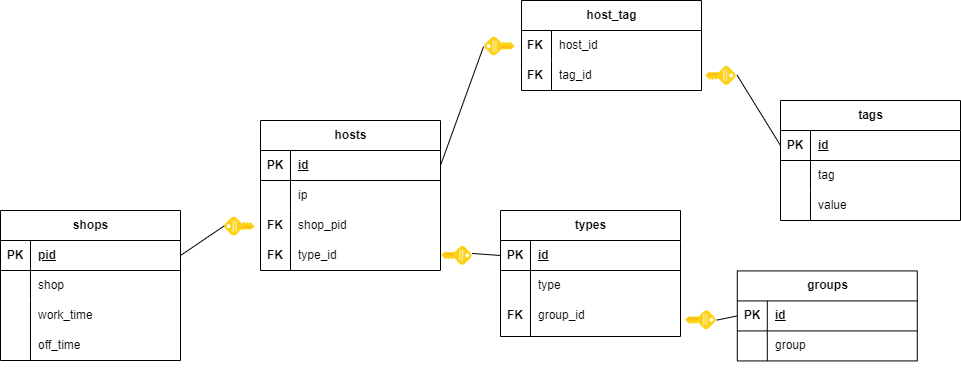
The draw.io diagram db_schema.png in DorofD/zabbix_actualization_service, before a commit. Source tidied: cells renumbered, new cells last; positions are measured from the earlier drawing's top-left corner, leaving out a move shared by most shapes.
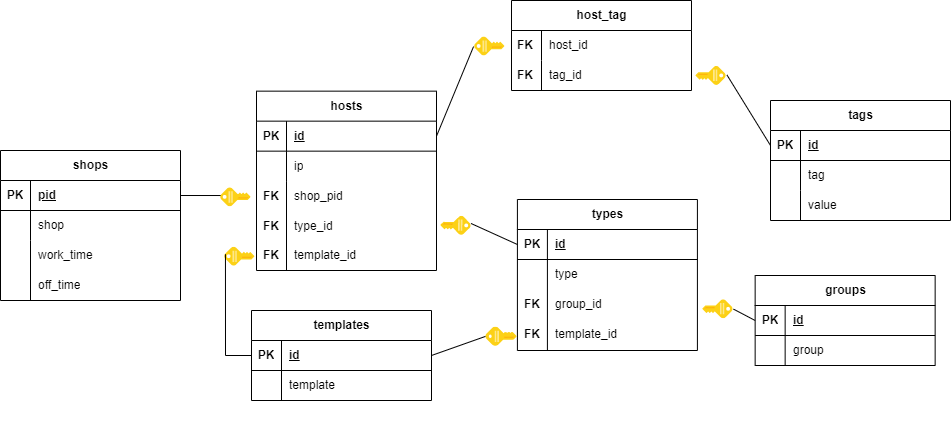
After the commit.

What changed in the source:
```diff
@@ -54,7 +54,7 @@
       <mxGeometry x="30" width="150" height="30" as="geometry" />
     </mxCell>
     <mxCell id="19" style="group;" parent="1" vertex="1">
-      <mxGeometry y="210" width="180" height="180" as="geometry" />
+      <mxGeometry x="10" y="150" width="180" height="180" as="geometry" />
     </mxCell>
     <mxCell id="20" value="shops" style="shape=table;startSize=30;rowLines=0;fontStyle=1;align=center;html=1;" parent="19" vertex="1">
       <mxGeometry width="180" height="150" as="geometry" />
@@ -105,13 +105,13 @@
       <mxGeometry relative="1" as="geometry" />
     </mxCell>
     <mxCell id="36" style="group;" parent="1" vertex="1">
-      <mxGeometry x="230" y="120" width="210" height="200" as="geometry" />
+      <mxGeometry x="236" y="90.7" width="210" height="200" as="geometry" />
     </mxCell>
     <mxCell id="37" style="group;" parent="36" vertex="1">
       <mxGeometry x="30" width="180" height="200" as="geometry" />
     </mxCell>
     <mxCell id="38" value="hosts" style="shape=table;startSize=30;rowLines=0;fontStyle=1;align=center;html=1;" parent="37" vertex="1">
-      <mxGeometry width="180" height="150" as="geometry" />
+      <mxGeometry width="180" height="179.4" as="geometry" />
     </mxCell>
     <mxCell id="39" style="shape=tableRow;horizontal=0;startSize=0;swimlaneHead=0;swimlaneBody=0;fillColor=none;points=[[0,0.5],[1,0.5]];portConstraint=eastwest;top=0;left=0;right=0;bottom=1;" parent="38" vertex="1">
       <mxGeometry y="30" width="180" height="30" as="geometry" />
@@ -132,13 +132,13 @@
       <mxGeometry x="30" width="150" height="30" as="geometry" />
     </mxCell>
     <mxCell id="45" style="shape=tableRow;horizontal=0;startSize=0;swimlaneHead=0;swimlaneBody=0;fillColor=none;top=0;left=0;right=0;bottom=0;" parent="38" vertex="1">
-      <mxGeometry y="90" width="180" height="60" as="geometry" />
+      <mxGeometry y="90" width="180" height="89" as="geometry" />
     </mxCell>
     <mxCell id="46" style="shape=partialRectangle;fillColor=none;top=0;left=0;bottom=0;right=0;overflow=hidden;whiteSpace=wrap;html=1;" parent="45" vertex="1">
-      <mxGeometry width="30" height="60" as="geometry" />
+      <mxGeometry width="30" height="89" as="geometry" />
     </mxCell>
     <mxCell id="47" style="shape=partialRectangle;fillColor=none;top=0;left=0;bottom=0;right=0;align=left;spacingLeft=6;overflow=hidden;whiteSpace=wrap;html=1;" parent="45" vertex="1">
-      <mxGeometry x="30" width="150" height="60" as="geometry" />
+      <mxGeometry x="30" width="150" height="89" as="geometry" />
     </mxCell>
     <mxCell id="48" value="shop_pid" style="shape=partialRectangle;fillColor=none;top=0;left=0;bottom=0;right=0;align=left;spacingLeft=6;overflow=hidden;whiteSpace=wrap;html=1;" parent="37" vertex="1">
       <mxGeometry x="30" y="90" width="150" height="30" as="geometry" />
@@ -152,14 +152,23 @@
     <mxCell id="51" value="FK" style="shape=partialRectangle;fillColor=none;top=0;left=0;bottom=0;right=0;fontStyle=1;overflow=hidden;whiteSpace=wrap;html=1;" parent="37" vertex="1">
       <mxGeometry y="120" width="30" height="30" as="geometry" />
     </mxCell>
+    <mxCell id="82" value="template_id" style="shape=partialRectangle;fillColor=none;top=0;left=0;bottom=0;right=0;align=left;spacingLeft=6;overflow=hidden;whiteSpace=wrap;html=1;" parent="37" vertex="1">
+      <mxGeometry x="30" y="149.3" width="150" height="30" as="geometry" />
+    </mxCell>
+    <mxCell id="83" value="FK" style="shape=partialRectangle;fillColor=none;top=0;left=0;bottom=0;right=0;fontStyle=1;overflow=hidden;whiteSpace=wrap;html=1;" parent="37" vertex="1">
+      <mxGeometry y="149.3" width="30" height="30" as="geometry" />
+    </mxCell>
     <mxCell id="52" style="sketch=0;html=1;points=[];align=center;image;fontSize=12;image=img/lib/mscae/Key.svg;rotation=-90;" parent="36" vertex="1">
       <mxGeometry y="90" width="18.9" height="30.4" as="geometry" />
     </mxCell>
+    <mxCell id="84" style="sketch=0;html=1;points=[];align=center;image;fontSize=12;image=img/lib/mscae/Key.svg;rotation=-90;" parent="36" vertex="1">
+      <mxGeometry x="4" y="149.3" width="18.9" height="30.4" as="geometry" />
+    </mxCell>
     <mxCell id="53" style="group;" parent="1" vertex="1">
-      <mxGeometry x="513.1" y="230" width="215.8" height="105" as="geometry" />
+      <mxGeometry x="540" y="219" width="215.8" height="135" as="geometry" />
     </mxCell>
     <mxCell id="54" value="types" style="shape=table;startSize=30;rowLines=0;fontStyle=1;align=center;html=1;" parent="53" vertex="1">
-      <mxGeometry x="-13.1" y="-20" width="180" height="126" as="geometry" />
+      <mxGeometry x="-13.1" y="-20" width="180" height="151" as="geometry" />
     </mxCell>
     <mxCell id="55" style="shape=tableRow;horizontal=0;startSize=0;swimlaneHead=0;swimlaneBody=0;fillColor=none;points=[[0,0.5],[1,0.5]];portConstraint=eastwest;top=0;left=0;right=0;bottom=1;" parent="54" vertex="1">
       <mxGeometry y="30" width="180" height="30" as="geometry" />
@@ -171,13 +180,13 @@
       <mxGeometry x="30" width="150" height="30" as="geometry" />
     </mxCell>
     <mxCell id="58" style="shape=tableRow;horizontal=0;startSize=0;swimlaneHead=0;swimlaneBody=0;fillColor=none;top=0;left=0;right=0;bottom=0;" parent="54" vertex="1">
-      <mxGeometry y="60" width="180" height="66" as="geometry" />
+      <mxGeometry y="60" width="180" height="91" as="geometry" />
     </mxCell>
     <mxCell id="59" style="shape=partialRectangle;fillColor=none;top=0;left=0;bottom=0;right=0;overflow=hidden;whiteSpace=wrap;html=1;" parent="58" vertex="1">
-      <mxGeometry width="30" height="66" as="geometry" />
+      <mxGeometry width="30" height="91" as="geometry" />
     </mxCell>
     <mxCell id="60" style="shape=partialRectangle;fillColor=none;top=0;left=0;bottom=0;right=0;align=left;spacingLeft=6;overflow=hidden;whiteSpace=wrap;html=1;" parent="58" vertex="1">
-      <mxGeometry x="30" width="150" height="66" as="geometry" />
+      <mxGeometry x="30" width="150" height="91" as="geometry" />
     </mxCell>
     <mxCell id="61" style="sketch=0;html=1;points=[];align=center;image;fontSize=12;image=img/lib/mscae/Key.svg;rotation=90;" parent="53" vertex="1">
       <mxGeometry x="176.9" y="74.6" width="18.9" height="30.4" as="geometry" />
@@ -191,8 +200,14 @@
     <mxCell id="64" value="FK" style="shape=partialRectangle;fillColor=none;top=0;left=0;bottom=0;right=0;fontStyle=1;overflow=hidden;whiteSpace=wrap;html=1;" parent="53" vertex="1">
       <mxGeometry x="-13.1" y="70.2" width="30" height="30" as="geometry" />
     </mxCell>
+    <mxCell id="85" value="template_id" style="shape=partialRectangle;fillColor=none;top=0;left=0;bottom=0;right=0;align=left;spacingLeft=6;overflow=hidden;whiteSpace=wrap;html=1;" parent="53" vertex="1">
+      <mxGeometry x="16.9" y="100.2" width="150" height="30" as="geometry" />
+    </mxCell>
+    <mxCell id="86" value="FK" style="shape=partialRectangle;fillColor=none;top=0;left=0;bottom=0;right=0;fontStyle=1;overflow=hidden;whiteSpace=wrap;html=1;" parent="53" vertex="1">
+      <mxGeometry x="-13.1" y="100.2" width="30" height="30" as="geometry" />
+    </mxCell>
     <mxCell id="65" style="group;" parent="1" vertex="1">
-      <mxGeometry x="701" y="270.4" width="215.8" height="90" as="geometry" />
+      <mxGeometry x="728.9" y="275" width="215.8" height="90" as="geometry" />
     </mxCell>
     <mxCell id="66" value="groups" style="shape=table;startSize=30;rowLines=0;fontStyle=1;align=center;html=1;" parent="65" vertex="1">
       <mxGeometry x="35.8" width="180" height="90" as="geometry" />
@@ -234,7 +249,7 @@
       <mxGeometry relative="1" as="geometry" />
     </mxCell>
     <mxCell id="79" style="sketch=0;html=1;points=[];align=center;image;fontSize=12;image=img/lib/mscae/Key.svg;rotation=91;" parent="1" vertex="1">
-      <mxGeometry x="446" y="240" width="18.9" height="30.4" as="geometry" />
+      <mxGeometry x="455" y="210" width="18.9" height="30.4" as="geometry" />
     </mxCell>
     <mxCell id="80" value="FK" style="shape=partialRectangle;fillColor=none;top=0;left=0;bottom=0;right=0;fontStyle=1;overflow=hidden;whiteSpace=wrap;html=1;" parent="1" vertex="1">
       <mxGeometry x="520" y="59.6" width="30" height="30" as="geometry" />
@@ -242,5 +257,51 @@
     <mxCell id="81" value="FK" style="shape=partialRectangle;fillColor=none;top=0;left=0;bottom=0;right=0;fontStyle=1;overflow=hidden;whiteSpace=wrap;html=1;" parent="1" vertex="1">
       <mxGeometry x="520" y="29.6" width="30" height="30" as="geometry" />
     </mxCell>
+    <mxCell id="87" style="group;" parent="1" vertex="1">
+      <mxGeometry x="251" y="300" width="180" height="120.5" as="geometry" />
+    </mxCell>
+    <mxCell id="88" style="group;" parent="87" vertex="1">
+      <mxGeometry x="10" y="10" width="180" height="120.5" as="geometry" />
+    </mxCell>
+    <mxCell id="89" value="templates" style="shape=table;startSize=30;rowLines=0;fontStyle=1;align=center;html=1;" parent="88" vertex="1">
+      <mxGeometry width="180" height="90" as="geometry" />
+    </mxCell>
+    <mxCell id="90" style="shape=tableRow;horizontal=0;startSize=0;swimlaneHead=0;swimlaneBody=0;fillColor=none;points=[[0,0.5],[1,0.5]];portConstraint=eastwest;top=0;left=0;right=0;bottom=1;" parent="89" vertex="1">
+      <mxGeometry y="30" width="180" height="30" as="geometry" />
+    </mxCell>
+    <mxCell id="91" value="PK" style="shape=partialRectangle;fillColor=none;top=0;left=0;bottom=0;right=0;fontStyle=1;overflow=hidden;whiteSpace=wrap;html=1;" parent="90" vertex="1">
+      <mxGeometry width="30" height="30" as="geometry" />
+    </mxCell>
+    <mxCell id="92" value="id" style="shape=partialRectangle;fillColor=none;top=0;left=0;bottom=0;right=0;align=left;spacingLeft=6;fontStyle=5;overflow=hidden;whiteSpace=wrap;html=1;" parent="90" vertex="1">
+      <mxGeometry x="30" width="150" height="30" as="geometry" />
+    </mxCell>
+    <mxCell id="93" style="shape=tableRow;horizontal=0;startSize=0;swimlaneHead=0;swimlaneBody=0;fillColor=none;top=0;left=0;right=0;bottom=0;" parent="89" vertex="1">
+      <mxGeometry y="60" width="180" height="30" as="geometry" />
+    </mxCell>
+    <mxCell id="94" style="shape=partialRectangle;fillColor=none;top=0;left=0;bottom=0;right=0;overflow=hidden;whiteSpace=wrap;html=1;" parent="93" vertex="1">
+      <mxGeometry width="30" height="30" as="geometry" />
+    </mxCell>
+    <mxCell id="95" style="shape=partialRectangle;fillColor=none;top=0;left=0;bottom=0;right=0;align=left;spacingLeft=6;overflow=hidden;whiteSpace=wrap;html=1;" parent="93" vertex="1">
+      <mxGeometry x="30" width="150" height="30" as="geometry" />
+    </mxCell>
+    <mxCell id="96" value="template" style="shape=partialRectangle;fillColor=none;top=0;left=0;bottom=0;right=0;align=left;spacingLeft=6;overflow=hidden;whiteSpace=wrap;html=1;" parent="88" vertex="1">
+      <mxGeometry x="30" y="60.5" width="150" height="30" as="geometry" />
+    </mxCell>
+    <mxCell id="97" style="sketch=0;html=1;points=[];align=center;image;fontSize=12;image=img/lib/mscae/Key.svg;rotation=-90;" parent="1" vertex="1">
+      <mxGeometry x="501.1" y="320" width="18.9" height="30.4" as="geometry" />
+    </mxCell>
+    <mxCell id="98" style="endArrow=none;html=1;rounded=0;entryX=0.463;entryY=-0.014;entryDx=0;entryDy=0;entryPerimeter=0;exitX=1;exitY=0.5;exitDx=0;exitDy=0;" parent="1" edge="1" source="90" target="97">
+      <mxGeometry relative="1" as="geometry" />
+    </mxCell>
+    <mxCell id="99" style="sketch=0;html=1;align=center;image;fontSize=12;image=img/lib/mscae/Key.svg;rotation=-90;" parent="1" vertex="1">
+      <mxGeometry x="502.1" y="320" width="18.9" height="30.4" as="geometry" />
+    </mxCell>
+    <mxCell id="100" style="endArrow=none;html=1;rounded=0;entryX=0;entryY=0.5;entryDx=0;entryDy=0;exitX=0.577;exitY=0.024;exitDx=0;exitDy=0;exitPerimeter=0;" parent="1" edge="1" source="84" target="90">
+      <mxGeometry relative="1" as="geometry">
+        <Array as="points">
+          <mxPoint x="235" y="355" />
+        </Array>
+      </mxGeometry>
+    </mxCell>
   </root>
 </mxGraphModel>
```
